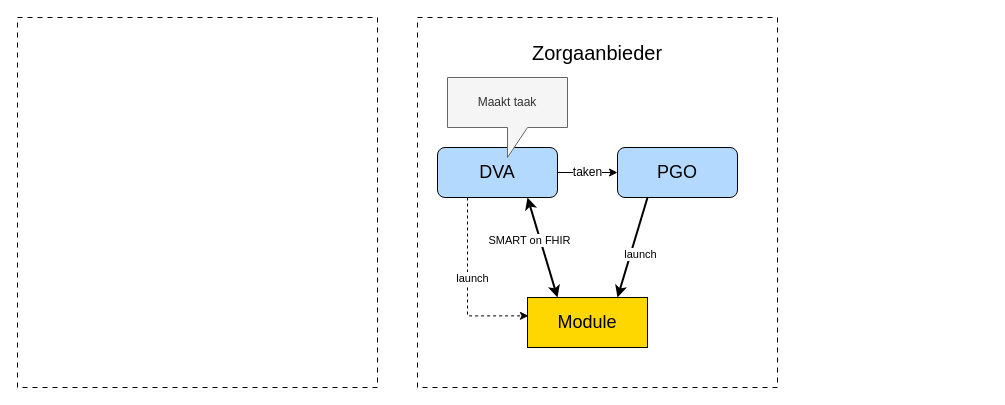
Earlier version of the draw.io diagram input/images/koppeltaal/optie1.drawio (KoppelMij/koppelmij-designs). Source tidied: cells renumbered, new cells numbered last; positions are measured from the earlier drawing's top-left corner, leaving out a move shared by most shapes. Both pictures are drawn from the tidied source at 100%, with x=0, y=0 at pixel (17, 17).
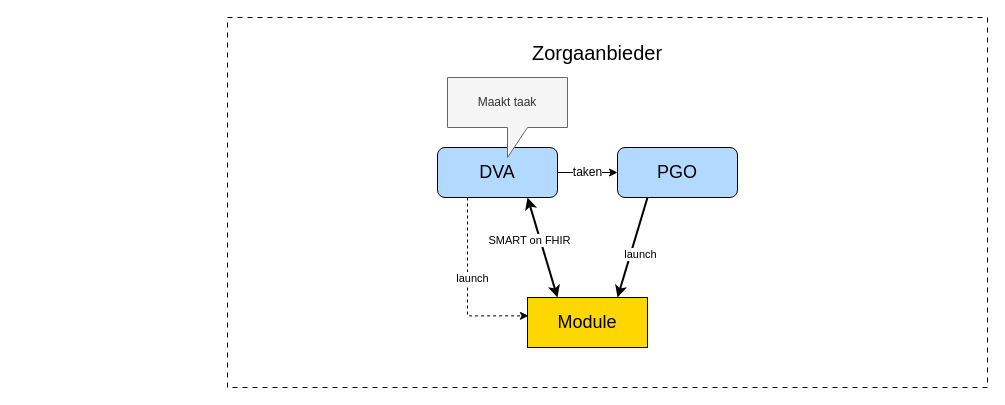
Above is the later version.

Diff of the diagram source:
```diff
@@
 <mxGraphModel>
   <root>
     <mxCell id="0" />
     <mxCell id="1" parent="0" />
-    <mxCell id="2" style="rounded=0;whiteSpace=wrap;html=1;dashed=1;dashPattern=5 5;fillColor=none;strokeColor=#000000;" parent="1" vertex="1">
-      <mxGeometry width="360" height="370" as="geometry" />
-    </mxCell>
     <mxCell id="3" style="rounded=0;whiteSpace=wrap;html=1;dashed=1;dashPattern=5 5;fillColor=none;strokeColor=#000000;" parent="1" vertex="1">
-      <mxGeometry x="400" width="360" height="370" as="geometry" />
+      <mxGeometry x="210" width="760" height="370" as="geometry" />
     </mxCell>
     <mxCell id="4" value="Zorgaanbieder" style="text;html=1;strokeColor=none;fillColor=none;align=center;verticalAlign=middle;whiteSpace=wrap;rounded=0;fontSize=20;fontStyle=0;" parent="1" vertex="1">
       <mxGeometry x="520" y="20" width="120" height="30" as="geometry" />
     </mxCell>
     <mxCell id="5" value="DVA" style="rounded=1;whiteSpace=wrap;html=1;fillColor=#B3D9FF;strokeColor=#000000;fontSize=18;arcSize=15;" parent="1" vertex="1">
       <mxGeometry x="420" y="130" width="120" height="50" as="geometry" />
     </mxCell>
     <mxCell id="6" value="PGO" style="rounded=1;whiteSpace=wrap;html=1;fillColor=#B3D9FF;strokeColor=#000000;fontSize=18;arcSize=15;" parent="1" vertex="1">
       <mxGeometry x="600" y="130" width="120" height="50" as="geometry" />
     </mxCell>
     <mxCell id="7" value="Module" style="rounded=0;whiteSpace=wrap;html=1;fillColor=#FFD700;strokeColor=#000000;fontSize=18;" parent="1" vertex="1">
       <mxGeometry x="510" y="280" width="120" height="50" as="geometry" />
     </mxCell>
     <mxCell id="8" value="taken" style="edgeStyle=orthogonalEdgeStyle;rounded=0;jettySize=auto;html=1;exitX=1;exitY=0.5;exitDx=0;exitDy=0;entryX=0;entryY=0.5;entryDx=0;entryDy=0;strokeColor=#000000;fontSize=12;" parent="1" edge="1" source="5" target="6">
       <mxGeometry relative="1" as="geometry" />
     </mxCell>
     <mxCell id="9" value="SMART on FHIR" style="rounded=0;jettySize=auto;html=1;exitX=0.75;exitY=1;exitDx=0;exitDy=0;entryX=0.25;entryY=0;entryDx=0;entryDy=0;strokeColor=#000000;strokeWidth=2;fontSize=11;startArrow=classic;startFill=1;" parent="1" edge="1" source="5" target="7">
       <mxGeometry x="-0.2" y="-10" relative="1" as="geometry" />
     </mxCell>
     <mxCell id="10" value="launch" style="rounded=0;jettySize=auto;html=1;exitX=0.25;exitY=1;exitDx=0;exitDy=0;strokeColor=#000000;strokeWidth=2;fontSize=11;entryX=0.75;entryY=0;entryDx=0;entryDy=0;" parent="1" edge="1" source="6" target="7">
       <mxGeometry x="0.1" y="10" relative="1" as="geometry" />
     </mxCell>
     <mxCell id="11" value="launch" style="rounded=0;jettySize=auto;html=1;exitX=0.25;exitY=1;exitDx=0;exitDy=0;entryX=0.008;entryY=0.367;entryDx=0;entryDy=0;strokeColor=#000000;dashed=1;dashPattern=3 3;fontSize=11;entryPerimeter=0;edgeStyle=orthogonalEdgeStyle;" parent="1" edge="1" source="5" target="7">
       <mxGeometry x="-0.1" y="5" relative="1" as="geometry" />
     </mxCell>
     <mxCell id="12" value="Maakt taak" style="shape=callout;whiteSpace=wrap;html=1;perimeter=calloutPerimeter;fillColor=#f5f5f5;strokeColor=#666666;fontColor=#333333;" parent="1" vertex="1">
       <mxGeometry x="430" y="60" width="120" height="80" as="geometry" />
     </mxCell>
   </root>
 </mxGraphModel>
```
